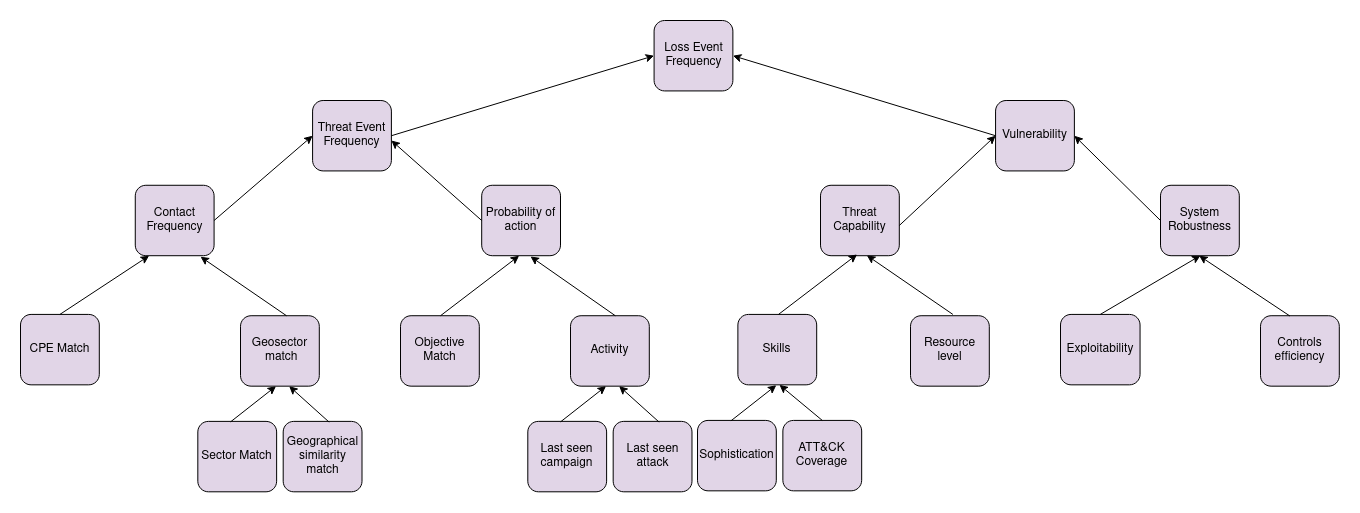
Above: resources/fair.png in Nazianzenov/cti_prioritization (draw.io), before the change. Source tidied: cells renumbered, new cells last; positions are measured from the earlier drawing's top-left corner, leaving out a move shared by most shapes.
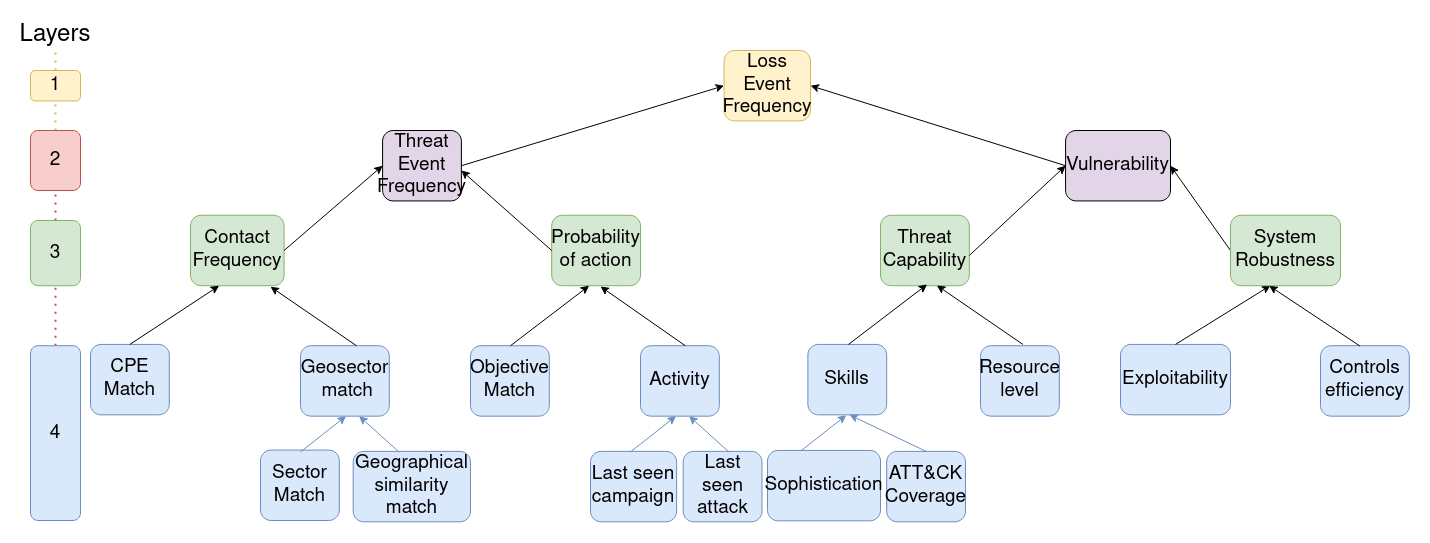
After the change.

Change to the diagram source:
```diff
@@ -4,51 +4,51 @@
     <mxCell id="1" parent="0" />
-    <mxCell id="2" value="Sector Match" style="rounded=1;whiteSpace=wrap;html=1;fillColor=#E1D5E7;" parent="1" vertex="1">
-      <mxGeometry x="177.3" y="400.9" width="78.8" height="70.4" as="geometry" />
+    <mxCell id="2" value="&lt;font style=&quot;font-size: 19px;&quot;&gt;Sector Match&lt;/font&gt;" style="rounded=1;whiteSpace=wrap;html=1;fillColor=#dae8fc;strokeColor=#6c8ebf;fontSize=19;" parent="1" vertex="1">
+      <mxGeometry x="170" y="399.6" width="78.8" height="70.4" as="geometry" />
     </mxCell>
-    <mxCell id="3" value="Geographical similarity match" style="rounded=1;whiteSpace=wrap;html=1;fillColor=#E1D5E7;" parent="1" vertex="1">
-      <mxGeometry x="262.7" y="400.9" width="78.8" height="70.4" as="geometry" />
+    <mxCell id="3" value="&lt;font style=&quot;font-size: 19px;&quot;&gt;Geographical similarity match&lt;/font&gt;" style="rounded=1;whiteSpace=wrap;html=1;fillColor=#dae8fc;strokeColor=#6c8ebf;fontSize=19;" parent="1" vertex="1">
+      <mxGeometry x="262.7" y="400.9" width="117.3" height="70.4" as="geometry" />
     </mxCell>
-    <mxCell id="4" value="Contact Frequency" style="rounded=1;whiteSpace=wrap;html=1;fillColor=#E1D5E7;" parent="1" vertex="1">
-      <mxGeometry x="114.8" y="164.8" width="78.8" height="70.4" as="geometry" />
+    <mxCell id="4" value="&lt;font style=&quot;font-size: 19px;&quot;&gt;Contact Frequency&lt;/font&gt;" style="rounded=1;whiteSpace=wrap;html=1;fillColor=#d5e8d4;strokeColor=#82b366;fontSize=19;" parent="1" vertex="1">
+      <mxGeometry x="100" y="164.8" width="93.6" height="70.4" as="geometry" />
     </mxCell>
-    <mxCell id="5" value="Probability of action" style="rounded=1;whiteSpace=wrap;html=1;fillColor=#E1D5E7;" parent="1" vertex="1">
-      <mxGeometry x="461.2" y="164.8" width="78.8" height="70.4" as="geometry" />
+    <mxCell id="5" value="&lt;font style=&quot;font-size: 19px;&quot;&gt;Probability of action&lt;/font&gt;" style="rounded=1;whiteSpace=wrap;html=1;fillColor=#d5e8d4;strokeColor=#82b366;fontSize=19;" parent="1" vertex="1">
+      <mxGeometry x="461.2" y="164.8" width="88.8" height="70.4" as="geometry" />
     </mxCell>
-    <mxCell id="6" value="Threat Capability" style="rounded=1;whiteSpace=wrap;html=1;fillColor=#E1D5E7;" parent="1" vertex="1">
-      <mxGeometry x="800" y="164.8" width="78.8" height="70.4" as="geometry" />
+    <mxCell id="6" value="&lt;font style=&quot;font-size: 19px;&quot;&gt;Threat Capability&lt;/font&gt;" style="rounded=1;whiteSpace=wrap;html=1;fillColor=#d5e8d4;strokeColor=#82b366;fontSize=19;" parent="1" vertex="1">
+      <mxGeometry x="790" y="164.8" width="88.8" height="70.4" as="geometry" />
     </mxCell>
-    <mxCell id="7" value="Threat Event Frequency" style="rounded=1;whiteSpace=wrap;html=1;fillColor=#E1D5E7;" parent="1" vertex="1">
+    <mxCell id="7" value="&lt;font style=&quot;font-size: 19px;&quot;&gt;Threat Event Frequency&lt;/font&gt;" style="rounded=1;whiteSpace=wrap;html=1;fillColor=#E1D5E7;fontSize=19;" parent="1" vertex="1">
       <mxGeometry x="292.1" y="80" width="78.8" height="70.4" as="geometry" />
     </mxCell>
-    <mxCell id="8" value="Vulnerability" style="rounded=1;whiteSpace=wrap;html=1;fillColor=#E1D5E7;" parent="1" vertex="1">
-      <mxGeometry x="975.1" y="80" width="78.8" height="70.4" as="geometry" />
+    <mxCell id="8" value="&lt;font style=&quot;font-size: 19px;&quot;&gt;Vulnerability&lt;/font&gt;" style="rounded=1;whiteSpace=wrap;html=1;fillColor=#E1D5E7;fontSize=19;" parent="1" vertex="1">
+      <mxGeometry x="975.1" y="80" width="104.9" height="70.4" as="geometry" />
     </mxCell>
-    <mxCell id="9" value="Loss Event Frequency" style="rounded=1;whiteSpace=wrap;html=1;fillColor=#E1D5E7;" parent="1" vertex="1">
-      <mxGeometry x="633.6" width="78.8" height="70.4" as="geometry" />
+    <mxCell id="9" value="&lt;font style=&quot;font-size: 19px;&quot;&gt;Loss Event Frequency&lt;/font&gt;" style="rounded=1;whiteSpace=wrap;html=1;fillColor=#fff2cc;strokeColor=#d6b656;fontSize=19;" parent="1" vertex="1">
+      <mxGeometry x="633.6" width="86.4" height="70.4" as="geometry" />
     </mxCell>
-    <mxCell id="10" value="Resource level" style="rounded=1;whiteSpace=wrap;html=1;fillColor=#E1D5E7;" parent="1" vertex="1">
+    <mxCell id="10" value="&lt;font style=&quot;font-size: 19px;&quot;&gt;Resource level&lt;/font&gt;" style="rounded=1;whiteSpace=wrap;html=1;fillColor=#dae8fc;strokeColor=#6c8ebf;fontSize=19;" parent="1" vertex="1">
       <mxGeometry x="890" y="295.2" width="78.8" height="70.4" as="geometry" />
     </mxCell>
-    <mxCell id="11" value="Skills" style="rounded=1;whiteSpace=wrap;html=1;fillColor=#E1D5E7;" parent="1" vertex="1">
+    <mxCell id="11" value="&lt;font style=&quot;font-size: 19px;&quot;&gt;Skills&lt;/font&gt;" style="rounded=1;whiteSpace=wrap;html=1;fillColor=#dae8fc;strokeColor=#6c8ebf;fontSize=19;" parent="1" vertex="1">
       <mxGeometry x="717.4" y="293.9" width="78.8" height="70.4" as="geometry" />
     </mxCell>
-    <mxCell id="12" value="Controls efficiency" style="rounded=1;whiteSpace=wrap;html=1;fillColor=#E1D5E7;" parent="1" vertex="1">
-      <mxGeometry x="1240" y="295.2" width="78.8" height="70.4" as="geometry" />
+    <mxCell id="12" value="&lt;font style=&quot;font-size: 19px;&quot;&gt;Controls efficiency&lt;/font&gt;" style="rounded=1;whiteSpace=wrap;html=1;fillColor=#dae8fc;strokeColor=#6c8ebf;fontSize=19;" parent="1" vertex="1">
+      <mxGeometry x="1230" y="295.2" width="88.8" height="70.4" as="geometry" />
     </mxCell>
-    <mxCell id="13" value="&lt;div&gt;Objective Match&lt;br&gt;&lt;/div&gt;" style="rounded=1;whiteSpace=wrap;html=1;fillColor=#E1D5E7;" parent="1" vertex="1">
+    <mxCell id="13" value="&lt;div style=&quot;font-size: 19px;&quot;&gt;&lt;font style=&quot;font-size: 19px;&quot;&gt;Objective Match&lt;br style=&quot;font-size: 19px;&quot;&gt;&lt;/font&gt;&lt;/div&gt;" style="rounded=1;whiteSpace=wrap;html=1;fillColor=#dae8fc;strokeColor=#6c8ebf;fontSize=19;" parent="1" vertex="1">
       <mxGeometry x="380" y="295.2" width="78.8" height="70.4" as="geometry" />
     </mxCell>
-    <mxCell id="14" value="Activity" style="rounded=1;whiteSpace=wrap;html=1;fillColor=#E1D5E7;" parent="1" vertex="1">
+    <mxCell id="14" value="&lt;font style=&quot;font-size: 19px;&quot;&gt;Activity&lt;/font&gt;" style="rounded=1;whiteSpace=wrap;html=1;fillColor=#dae8fc;strokeColor=#6c8ebf;fontSize=19;" parent="1" vertex="1">
       <mxGeometry x="550" y="295.2" width="78.8" height="70.4" as="geometry" />
     </mxCell>
-    <mxCell id="15" style="endArrow=classic;html=1;rounded=0;entryX=0;entryY=0.5;entryDx=0;entryDy=0;exitX=1;exitY=0.5;exitDx=0;exitDy=0;fillColor=#E1D5E7;" parent="1" edge="1" source="7" target="9">
+    <mxCell id="15" style="endArrow=classic;html=1;rounded=0;entryX=0;entryY=0.5;entryDx=0;entryDy=0;exitX=1;exitY=0.5;exitDx=0;exitDy=0;fillColor=#E1D5E7;fontSize=19;" parent="1" edge="1" source="7" target="9">
       <mxGeometry relative="1" as="geometry" />
     </mxCell>
-    <mxCell id="16" style="endArrow=classic;html=1;rounded=0;entryX=1;entryY=0.5;entryDx=0;entryDy=0;exitX=0;exitY=0.5;exitDx=0;exitDy=0;" parent="1" edge="1" source="8" target="9">
+    <mxCell id="16" style="endArrow=classic;html=1;rounded=0;entryX=1;entryY=0.5;entryDx=0;entryDy=0;exitX=0;exitY=0.5;exitDx=0;exitDy=0;fontSize=19;" parent="1" edge="1" source="8" target="9">
       <mxGeometry relative="1" as="geometry" />
     </mxCell>
-    <mxCell id="17" style="endArrow=classic;html=1;rounded=0;exitX=1;exitY=0.5;exitDx=0;exitDy=0;entryX=0;entryY=0.5;entryDx=0;entryDy=0;fillColor=#E1D5E7;" parent="1" edge="1" source="4" target="7">
+    <mxCell id="17" style="endArrow=classic;html=1;rounded=0;exitX=1;exitY=0.5;exitDx=0;exitDy=0;entryX=0;entryY=0.5;entryDx=0;entryDy=0;fillColor=#E1D5E7;fontSize=19;" parent="1" edge="1" source="4" target="7">
       <mxGeometry relative="1" as="geometry" />
     </mxCell>
-    <mxCell id="18" style="endArrow=classic;html=1;rounded=0;entryX=0.5;entryY=1;entryDx=0;entryDy=0;fillColor=#E1D5E7;" parent="1" edge="1">
+    <mxCell id="18" style="endArrow=classic;html=1;rounded=0;entryX=0.5;entryY=1;entryDx=0;entryDy=0;fillColor=#dae8fc;strokeColor=#6c8ebf;fontSize=19;" parent="1" edge="1">
       <mxGeometry relative="1" as="geometry">
@@ -58,3 +58,3 @@
     </mxCell>
-    <mxCell id="19" style="endArrow=classic;html=1;rounded=0;exitX=1;exitY=0.5;exitDx=0;exitDy=0;entryX=0;entryY=0.5;entryDx=0;entryDy=0;fillColor=#E1D5E7;" parent="1" edge="1" target="8">
+    <mxCell id="19" style="endArrow=classic;html=1;rounded=0;exitX=1;exitY=0.5;exitDx=0;exitDy=0;entryX=0;entryY=0.5;entryDx=0;entryDy=0;fillColor=#E1D5E7;fontSize=19;" parent="1" edge="1" target="8">
       <mxGeometry relative="1" as="geometry">
@@ -63,3 +63,3 @@
     </mxCell>
-    <mxCell id="20" style="endArrow=classic;html=1;rounded=0;entryX=1;entryY=0.5;entryDx=0;entryDy=0;fillColor=#E1D5E7;" parent="1" edge="1" target="8">
+    <mxCell id="20" style="endArrow=classic;html=1;rounded=0;entryX=1;entryY=0.5;entryDx=0;entryDy=0;fillColor=#E1D5E7;fontSize=19;" parent="1" edge="1" target="8">
       <mxGeometry relative="1" as="geometry">
@@ -68,3 +68,3 @@
     </mxCell>
-    <mxCell id="21" style="endArrow=classic;html=1;rounded=0;entryX=1;entryY=0.5;entryDx=0;entryDy=0;exitX=0;exitY=0.5;exitDx=0;exitDy=0;fillColor=#E1D5E7;" parent="1" edge="1" source="5">
+    <mxCell id="21" style="endArrow=classic;html=1;rounded=0;entryX=1;entryY=0.5;entryDx=0;entryDy=0;exitX=0;exitY=0.5;exitDx=0;exitDy=0;fillColor=#E1D5E7;fontSize=19;" parent="1" edge="1" source="5">
       <mxGeometry relative="1" as="geometry">
@@ -73,3 +73,3 @@
     </mxCell>
-    <mxCell id="22" style="endArrow=classic;html=1;rounded=0;exitX=1;exitY=0.5;exitDx=0;exitDy=0;entryX=0.5;entryY=1;entryDx=0;entryDy=0;fillColor=#E1D5E7;" parent="1" edge="1">
+    <mxCell id="22" style="endArrow=classic;html=1;rounded=0;exitX=1;exitY=0.5;exitDx=0;exitDy=0;entryX=0.5;entryY=1;entryDx=0;entryDy=0;fillColor=#E1D5E7;fontSize=19;" parent="1" edge="1">
       <mxGeometry relative="1" as="geometry">
@@ -79,3 +79,3 @@
     </mxCell>
-    <mxCell id="23" style="endArrow=classic;html=1;rounded=0;exitX=1;exitY=0.5;exitDx=0;exitDy=0;entryX=0.5;entryY=1;entryDx=0;entryDy=0;fillColor=#E1D5E7;" parent="1" edge="1">
+    <mxCell id="23" style="endArrow=classic;html=1;rounded=0;exitX=1;exitY=0.5;exitDx=0;exitDy=0;entryX=0.5;entryY=1;entryDx=0;entryDy=0;fillColor=#E1D5E7;fontSize=19;" parent="1" edge="1">
       <mxGeometry relative="1" as="geometry">
@@ -85,3 +85,3 @@
     </mxCell>
-    <mxCell id="24" style="endArrow=classic;html=1;rounded=0;exitX=0.5;exitY=0;exitDx=0;exitDy=0;fillColor=#E1D5E7;" parent="1" edge="1">
+    <mxCell id="24" style="endArrow=classic;html=1;rounded=0;exitX=0.5;exitY=0;exitDx=0;exitDy=0;fillColor=#E1D5E7;fontSize=19;" parent="1" edge="1">
       <mxGeometry relative="1" as="geometry">
@@ -91,3 +91,3 @@
     </mxCell>
-    <mxCell id="25" style="endArrow=classic;html=1;rounded=0;exitX=0.5;exitY=0;exitDx=0;exitDy=0;entryX=0.5;entryY=1;entryDx=0;entryDy=0;fillColor=#E1D5E7;" parent="1" edge="1">
+    <mxCell id="25" style="endArrow=classic;html=1;rounded=0;exitX=0.5;exitY=0;exitDx=0;exitDy=0;entryX=0.5;entryY=1;entryDx=0;entryDy=0;fillColor=#E1D5E7;fontSize=19;" parent="1" edge="1">
       <mxGeometry relative="1" as="geometry">
@@ -97,3 +97,3 @@
     </mxCell>
-    <mxCell id="26" style="endArrow=classic;html=1;rounded=0;exitX=0.5;exitY=0;exitDx=0;exitDy=0;entryX=0.5;entryY=1;entryDx=0;entryDy=0;fillColor=#E1D5E7;" parent="1" edge="1">
+    <mxCell id="26" style="endArrow=classic;html=1;rounded=0;exitX=0.5;exitY=0;exitDx=0;exitDy=0;entryX=0.5;entryY=1;entryDx=0;entryDy=0;fillColor=#E1D5E7;fontSize=19;" parent="1" edge="1">
       <mxGeometry relative="1" as="geometry">
@@ -103,3 +103,3 @@
     </mxCell>
-    <mxCell id="27" style="endArrow=classic;html=1;rounded=0;entryX=0.5;entryY=1;entryDx=0;entryDy=0;exitX=0.5;exitY=0;exitDx=0;exitDy=0;fillColor=#E1D5E7;" parent="1" edge="1">
+    <mxCell id="27" style="endArrow=classic;html=1;rounded=0;entryX=0.5;entryY=1;entryDx=0;entryDy=0;exitX=0.5;exitY=0;exitDx=0;exitDy=0;fillColor=#dae8fc;strokeColor=#6c8ebf;fontSize=19;" parent="1" edge="1">
       <mxGeometry relative="1" as="geometry">
@@ -109,9 +109,9 @@
     </mxCell>
-    <mxCell id="28" value="Last seen campaign" style="rounded=1;whiteSpace=wrap;html=1;fillColor=#E1D5E7;" parent="1" vertex="1">
-      <mxGeometry x="507.3" y="400.9" width="78.8" height="70.4" as="geometry" />
+    <mxCell id="28" value="&lt;font style=&quot;font-size: 19px;&quot;&gt;Last seen campaign&lt;/font&gt;" style="rounded=1;whiteSpace=wrap;html=1;fillColor=#dae8fc;strokeColor=#6c8ebf;fontSize=19;" parent="1" vertex="1">
+      <mxGeometry x="500" y="400.9" width="86.1" height="70.4" as="geometry" />
     </mxCell>
-    <mxCell id="29" value="Last seen attack" style="rounded=1;whiteSpace=wrap;html=1;fillColor=#E1D5E7;" parent="1" vertex="1">
+    <mxCell id="29" value="&lt;font style=&quot;font-size: 19px;&quot;&gt;Last seen attack&lt;/font&gt;" style="rounded=1;whiteSpace=wrap;html=1;fillColor=#dae8fc;strokeColor=#6c8ebf;fontSize=19;" parent="1" vertex="1">
       <mxGeometry x="592.7" y="400.9" width="78.8" height="70.4" as="geometry" />
     </mxCell>
-    <mxCell id="30" style="endArrow=classic;html=1;rounded=0;entryX=0.5;entryY=1;entryDx=0;entryDy=0;fillColor=#E1D5E7;" parent="1" edge="1">
+    <mxCell id="30" style="endArrow=classic;html=1;rounded=0;entryX=0.5;entryY=1;entryDx=0;entryDy=0;fillColor=#dae8fc;strokeColor=#6c8ebf;fontSize=19;" parent="1" edge="1">
       <mxGeometry relative="1" as="geometry">
@@ -121,3 +121,3 @@
     </mxCell>
-    <mxCell id="31" style="endArrow=classic;html=1;rounded=0;entryX=0.5;entryY=1;entryDx=0;entryDy=0;exitX=0.5;exitY=0;exitDx=0;exitDy=0;fillColor=#E1D5E7;" parent="1" edge="1">
+    <mxCell id="31" style="endArrow=classic;html=1;rounded=0;entryX=0.5;entryY=1;entryDx=0;entryDy=0;exitX=0.5;exitY=0;exitDx=0;exitDy=0;fillColor=#dae8fc;strokeColor=#6c8ebf;fontSize=19;" parent="1" edge="1">
       <mxGeometry relative="1" as="geometry">
@@ -127,9 +127,9 @@
     </mxCell>
-    <mxCell id="32" value="Sophistication" style="rounded=1;whiteSpace=wrap;html=1;fillColor=#E1D5E7;" parent="1" vertex="1">
-      <mxGeometry x="677" y="399.9" width="78.8" height="70.4" as="geometry" />
+    <mxCell id="32" value="&lt;font style=&quot;font-size: 19px;&quot;&gt;Sophistication&lt;/font&gt;" style="rounded=1;whiteSpace=wrap;html=1;fillColor=#dae8fc;strokeColor=#6c8ebf;fontSize=19;" parent="1" vertex="1">
+      <mxGeometry x="677" y="399.9" width="113" height="70.4" as="geometry" />
     </mxCell>
-    <mxCell id="33" value="ATT&amp;amp;CK Coverage" style="rounded=1;whiteSpace=wrap;html=1;fillColor=#E1D5E7;" parent="1" vertex="1">
-      <mxGeometry x="762.4" y="399.9" width="78.8" height="70.4" as="geometry" />
+    <mxCell id="33" value="&lt;font style=&quot;font-size: 19px;&quot;&gt;ATT&amp;amp;CK Coverage&lt;/font&gt;" style="rounded=1;whiteSpace=wrap;html=1;fillColor=#dae8fc;strokeColor=#6c8ebf;fontSize=19;" parent="1" vertex="1">
+      <mxGeometry x="796.2" y="400.9" width="78.8" height="70.4" as="geometry" />
     </mxCell>
-    <mxCell id="34" style="endArrow=classic;html=1;rounded=0;entryX=0.5;entryY=1;entryDx=0;entryDy=0;fillColor=#E1D5E7;" parent="1" edge="1">
+    <mxCell id="34" style="endArrow=classic;html=1;rounded=0;entryX=0.5;entryY=1;entryDx=0;entryDy=0;fillColor=#dae8fc;strokeColor=#6c8ebf;fontSize=19;" parent="1" edge="1">
       <mxGeometry relative="1" as="geometry">
@@ -139,3 +139,3 @@
     </mxCell>
-    <mxCell id="35" style="endArrow=classic;html=1;rounded=0;entryX=0.5;entryY=1;entryDx=0;entryDy=0;exitX=0.5;exitY=0;exitDx=0;exitDy=0;fillColor=#E1D5E7;" parent="1" edge="1" source="33">
+    <mxCell id="35" style="endArrow=classic;html=1;rounded=0;entryX=0.5;entryY=1;entryDx=0;entryDy=0;exitX=0.5;exitY=0;exitDx=0;exitDy=0;fillColor=#dae8fc;strokeColor=#6c8ebf;fontSize=19;" parent="1" edge="1" source="33">
       <mxGeometry relative="1" as="geometry">
@@ -144,9 +144,9 @@
     </mxCell>
-    <mxCell id="36" value="CPE Match" style="rounded=1;whiteSpace=wrap;html=1;fillColor=#E1D5E7;" parent="1" vertex="1">
+    <mxCell id="36" value="&lt;font style=&quot;font-size: 19px;&quot;&gt;CPE Match&lt;/font&gt;" style="rounded=1;whiteSpace=wrap;html=1;fillColor=#dae8fc;strokeColor=#6c8ebf;fontSize=19;" parent="1" vertex="1">
       <mxGeometry y="293.9" width="78.8" height="70.4" as="geometry" />
     </mxCell>
-    <mxCell id="37" value="&lt;div&gt;Geosector&lt;/div&gt;&lt;div&gt;&amp;nbsp;match&lt;/div&gt;" style="rounded=1;whiteSpace=wrap;html=1;fillColor=#E1D5E7;" parent="1" vertex="1">
-      <mxGeometry x="220" y="295.2" width="78.8" height="70.4" as="geometry" />
+    <mxCell id="37" value="&lt;div style=&quot;font-size: 19px;&quot;&gt;&lt;font style=&quot;font-size: 19px;&quot;&gt;Geosector&lt;/font&gt;&lt;/div&gt;&lt;div style=&quot;font-size: 19px;&quot;&gt;&lt;font style=&quot;font-size: 19px;&quot;&gt;&amp;nbsp;match&lt;/font&gt;&lt;/div&gt;" style="rounded=1;whiteSpace=wrap;html=1;fillColor=#dae8fc;strokeColor=#6c8ebf;fontSize=19;" parent="1" vertex="1">
+      <mxGeometry x="210" y="295.2" width="88.8" height="70.4" as="geometry" />
     </mxCell>
-    <mxCell id="38" style="endArrow=classic;html=1;rounded=0;exitX=0.5;exitY=0;exitDx=0;exitDy=0;entryX=0.5;entryY=1;entryDx=0;entryDy=0;fillColor=#E1D5E7;" parent="1" edge="1">
+    <mxCell id="38" style="endArrow=classic;html=1;rounded=0;exitX=0.5;exitY=0;exitDx=0;exitDy=0;entryX=0.5;entryY=1;entryDx=0;entryDy=0;fillColor=#E1D5E7;fontSize=19;" parent="1" edge="1">
       <mxGeometry relative="1" as="geometry">
@@ -156,3 +156,3 @@
     </mxCell>
-    <mxCell id="39" style="endArrow=classic;html=1;rounded=0;exitX=0.5;exitY=0;exitDx=0;exitDy=0;entryX=0.5;entryY=1;entryDx=0;entryDy=0;fillColor=#E1D5E7;" parent="1" edge="1">
+    <mxCell id="39" style="endArrow=classic;html=1;rounded=0;exitX=0.5;exitY=0;exitDx=0;exitDy=0;entryX=0.5;entryY=1;entryDx=0;entryDy=0;fillColor=#E1D5E7;fontSize=19;" parent="1" edge="1">
       <mxGeometry relative="1" as="geometry">
@@ -162,6 +162,6 @@
     </mxCell>
-    <mxCell id="40" value="Exploitability" style="rounded=1;whiteSpace=wrap;html=1;fillColor=#E1D5E7;" parent="1" vertex="1">
-      <mxGeometry x="1040" y="293.9" width="79.6" height="70.4" as="geometry" />
+    <mxCell id="40" value="&lt;font style=&quot;font-size: 19px;&quot;&gt;Exploitability&lt;/font&gt;" style="rounded=1;whiteSpace=wrap;html=1;fillColor=#dae8fc;strokeColor=#6c8ebf;fontSize=19;" parent="1" vertex="1">
+      <mxGeometry x="1030" y="293.9" width="110" height="70.4" as="geometry" />
     </mxCell>
-    <mxCell id="41" style="endArrow=classic;html=1;rounded=0;exitX=0.5;exitY=0;exitDx=0;exitDy=0;fillColor=#E1D5E7;" parent="1" edge="1" source="40">
+    <mxCell id="41" style="endArrow=classic;html=1;rounded=0;exitX=0.5;exitY=0;exitDx=0;exitDy=0;fillColor=#E1D5E7;fontSize=19;" parent="1" edge="1" source="40">
       <mxGeometry relative="1" as="geometry">
@@ -170,5 +170,37 @@
     </mxCell>
-    <mxCell id="42" value="&lt;div&gt;System&lt;/div&gt;&lt;div&gt;Robustness&lt;br&gt;&lt;/div&gt;" style="rounded=1;whiteSpace=wrap;html=1;fillColor=#E1D5E7;" parent="1" vertex="1">
-      <mxGeometry x="1140" y="164.8" width="78.8" height="70.4" as="geometry" />
+    <mxCell id="42" value="&lt;div style=&quot;font-size: 19px;&quot;&gt;&lt;font style=&quot;font-size: 19px;&quot;&gt;System&lt;/font&gt;&lt;/div&gt;&lt;div style=&quot;font-size: 19px;&quot;&gt;&lt;font style=&quot;font-size: 19px;&quot;&gt;Robustness&lt;font style=&quot;font-size: 19px;&quot;&gt;&lt;br style=&quot;font-size: 19px;&quot;&gt;&lt;/font&gt;&lt;/font&gt;&lt;/div&gt;" style="rounded=1;whiteSpace=wrap;html=1;fillColor=#d5e8d4;strokeColor=#82b366;fontSize=19;" parent="1" vertex="1">
+      <mxGeometry x="1140" y="164.8" width="110" height="70.4" as="geometry" />
     </mxCell>
+    <mxCell id="43" style="endArrow=none;dashed=1;html=1;dashPattern=1 3;strokeWidth=2;rounded=0;fillColor=#fff2cc;strokeColor=#d6b656;" parent="1" edge="1" source="46" target="44">
+      <mxGeometry relative="1" as="geometry" />
+    </mxCell>
+    <mxCell id="44" value="&lt;font style=&quot;font-size: 19px;&quot;&gt;1&lt;/font&gt;" style="rounded=1;whiteSpace=wrap;html=1;fillColor=#fff2cc;strokeColor=#d6b656;" parent="1" vertex="1">
+      <mxGeometry x="-60" y="20" width="50" height="30.4" as="geometry" />
+    </mxCell>
+    <mxCell id="45" style="endArrow=none;dashed=1;html=1;dashPattern=1 3;strokeWidth=2;rounded=0;fillColor=#f8cecc;strokeColor=#b85450;" parent="1" edge="1" source="48" target="46">
+      <mxGeometry relative="1" as="geometry" />
+    </mxCell>
+    <mxCell id="46" value="&lt;font style=&quot;font-size: 19px;&quot;&gt;2&lt;/font&gt;" style="rounded=1;whiteSpace=wrap;html=1;fillColor=#f8cecc;strokeColor=#b85450;" parent="1" vertex="1">
+      <mxGeometry x="-60" y="80" width="50" height="60" as="geometry" />
+    </mxCell>
+    <mxCell id="47" style="endArrow=none;dashed=1;html=1;dashPattern=1 3;strokeWidth=2;rounded=0;fillColor=#f8cecc;strokeColor=#b85450;" parent="1" edge="1" source="50" target="48">
+      <mxGeometry relative="1" as="geometry" />
+    </mxCell>
+    <mxCell id="48" value="&lt;font style=&quot;font-size: 19px;&quot;&gt;3&lt;/font&gt;" style="rounded=1;whiteSpace=wrap;html=1;fillColor=#d5e8d4;strokeColor=#82b366;" parent="1" vertex="1">
+      <mxGeometry x="-60" y="170" width="50" height="65.2" as="geometry" />
+    </mxCell>
+    <mxCell id="49" style="endArrow=none;dashed=1;html=1;dashPattern=1 3;strokeWidth=2;rounded=0;fillColor=#dae8fc;strokeColor=#6c8ebf;" parent="1" edge="1" target="50">
+      <mxGeometry relative="1" as="geometry">
+        <mxPoint x="-40" y="460" as="sourcePoint" />
+      </mxGeometry>
+    </mxCell>
+    <mxCell id="50" value="&lt;font style=&quot;font-size: 19px;&quot;&gt;4&lt;/font&gt;" style="rounded=1;whiteSpace=wrap;html=1;fillColor=#dae8fc;strokeColor=#6c8ebf;" parent="1" vertex="1">
+      <mxGeometry x="-60" y="295.2" width="50" height="174.8" as="geometry" />
+    </mxCell>
+    <mxCell id="51" style="endArrow=none;dashed=1;html=1;dashPattern=1 3;strokeWidth=2;rounded=0;fillColor=#fff2cc;strokeColor=#d6b656;" parent="1" edge="1" source="44" target="52">
+      <mxGeometry relative="1" as="geometry" />
+    </mxCell>
+    <mxCell id="52" value="&lt;font style=&quot;font-size: 24px;&quot;&gt;Layers&lt;/font&gt;" style="text;html=1;strokeColor=none;fillColor=none;align=center;verticalAlign=middle;whiteSpace=wrap;rounded=0;" parent="1" vertex="1">
+      <mxGeometry x="-65" y="-30" width="60" height="30" as="geometry" />
+    </mxCell>
   </root>
```
